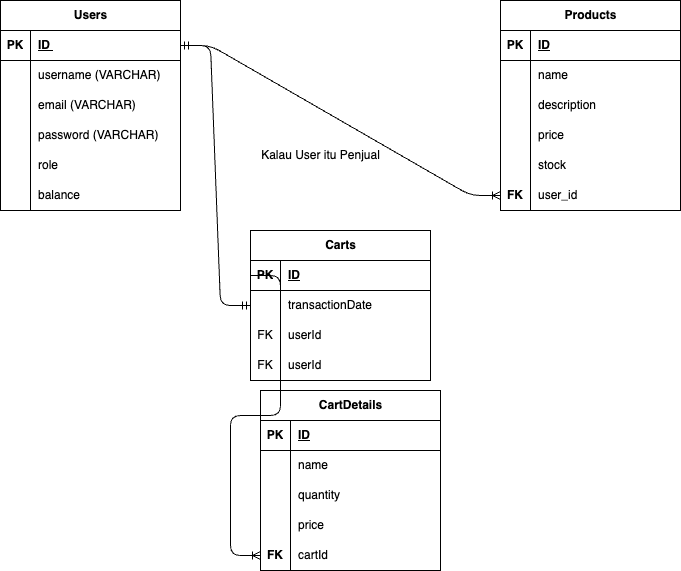
This is schema.drawio.png from FredlyMarvander/Elektonikku, a draw.io export, as it was before one commit. Source tidied: cells renumbered, new cells last; positions are measured from the earlier drawing's top-left corner, leaving out a move shared by most shapes.
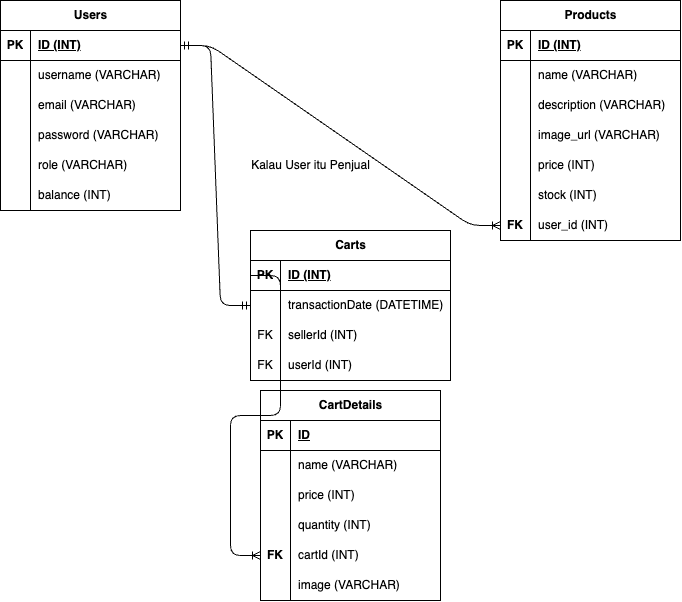
The same diagram one commit later.

Change to the diagram source:
```diff
@@ -11,7 +11,7 @@
     <mxCell id="4" value="PK" style="shape=partialRectangle;fillColor=none;top=0;left=0;bottom=0;right=0;fontStyle=1;overflow=hidden;whiteSpace=wrap;html=1;" parent="3" vertex="1">
       <mxGeometry width="30" height="30" as="geometry" />
     </mxCell>
-    <mxCell id="5" value="ID&amp;nbsp;" style="shape=partialRectangle;fillColor=none;top=0;left=0;bottom=0;right=0;align=left;spacingLeft=6;fontStyle=5;overflow=hidden;whiteSpace=wrap;html=1;" parent="3" vertex="1">
+    <mxCell id="5" value="ID (INT)" style="shape=partialRectangle;fillColor=none;top=0;left=0;bottom=0;right=0;align=left;spacingLeft=6;fontStyle=5;overflow=hidden;whiteSpace=wrap;html=1;" parent="3" vertex="1">
       <mxGeometry x="30" width="150" height="30" as="geometry" />
     </mxCell>
     <mxCell id="6" style="shape=tableRow;horizontal=0;startSize=0;swimlaneHead=0;swimlaneBody=0;fillColor=none;top=0;left=0;right=0;bottom=0;" parent="2" vertex="1">
@@ -47,7 +47,7 @@
     <mxCell id="16" style="shape=partialRectangle;fillColor=none;top=0;left=0;bottom=0;right=0;overflow=hidden;whiteSpace=wrap;html=1;" parent="15" vertex="1">
       <mxGeometry width="30" height="30" as="geometry" />
     </mxCell>
-    <mxCell id="17" value="role" style="shape=partialRectangle;fillColor=none;top=0;left=0;bottom=0;right=0;align=left;spacingLeft=6;overflow=hidden;whiteSpace=wrap;html=1;" parent="15" vertex="1">
+    <mxCell id="17" value="role (VARCHAR)" style="shape=partialRectangle;fillColor=none;top=0;left=0;bottom=0;right=0;align=left;spacingLeft=6;overflow=hidden;whiteSpace=wrap;html=1;" parent="15" vertex="1">
       <mxGeometry x="30" width="150" height="30" as="geometry" />
     </mxCell>
     <mxCell id="18" style="shape=tableRow;horizontal=0;startSize=0;swimlaneHead=0;swimlaneBody=0;fillColor=none;top=0;left=0;right=0;bottom=0;" parent="2" vertex="1">
@@ -56,11 +56,11 @@
     <mxCell id="19" style="shape=partialRectangle;fillColor=none;top=0;left=0;bottom=0;right=0;overflow=hidden;whiteSpace=wrap;html=1;" parent="18" vertex="1">
       <mxGeometry width="30" height="30" as="geometry" />
     </mxCell>
-    <mxCell id="20" value="balance" style="shape=partialRectangle;fillColor=none;top=0;left=0;bottom=0;right=0;align=left;spacingLeft=6;overflow=hidden;whiteSpace=wrap;html=1;" parent="18" vertex="1">
+    <mxCell id="20" value="balance (INT)" style="shape=partialRectangle;fillColor=none;top=0;left=0;bottom=0;right=0;align=left;spacingLeft=6;overflow=hidden;whiteSpace=wrap;html=1;" parent="18" vertex="1">
       <mxGeometry x="30" width="150" height="30" as="geometry" />
     </mxCell>
     <mxCell id="21" value="Products" style="shape=table;startSize=30;rowLines=0;fontStyle=1;align=center;html=1;" parent="1" vertex="1">
-      <mxGeometry x="500" width="180" height="210" as="geometry" />
+      <mxGeometry x="500" width="180" height="240" as="geometry" />
     </mxCell>
     <mxCell id="22" style="shape=tableRow;horizontal=0;startSize=0;swimlaneHead=0;swimlaneBody=0;fillColor=none;top=0;left=0;right=0;bottom=1;" parent="21" vertex="1">
       <mxGeometry y="30" width="180" height="30" as="geometry" />
@@ -68,7 +68,7 @@
     <mxCell id="23" value="PK" style="shape=partialRectangle;fillColor=none;top=0;left=0;bottom=0;right=0;fontStyle=1;overflow=hidden;whiteSpace=wrap;html=1;" parent="22" vertex="1">
       <mxGeometry width="30" height="30" as="geometry" />
     </mxCell>
-    <mxCell id="24" value="ID" style="shape=partialRectangle;fillColor=none;top=0;left=0;bottom=0;right=0;align=left;spacingLeft=6;fontStyle=5;overflow=hidden;whiteSpace=wrap;html=1;" parent="22" vertex="1">
+    <mxCell id="24" value="ID (INT)" style="shape=partialRectangle;fillColor=none;top=0;left=0;bottom=0;right=0;align=left;spacingLeft=6;fontStyle=5;overflow=hidden;whiteSpace=wrap;html=1;" parent="22" vertex="1">
       <mxGeometry x="30" width="150" height="30" as="geometry" />
     </mxCell>
     <mxCell id="25" style="shape=tableRow;horizontal=0;startSize=0;swimlaneHead=0;swimlaneBody=0;fillColor=none;top=0;left=0;right=0;bottom=0;" parent="21" vertex="1">
@@ -77,7 +77,7 @@
     <mxCell id="26" style="shape=partialRectangle;fillColor=none;top=0;left=0;bottom=0;right=0;overflow=hidden;whiteSpace=wrap;html=1;" parent="25" vertex="1">
       <mxGeometry width="30" height="30" as="geometry" />
     </mxCell>
-    <mxCell id="27" value="name" style="shape=partialRectangle;fillColor=none;top=0;left=0;bottom=0;right=0;align=left;spacingLeft=6;overflow=hidden;whiteSpace=wrap;html=1;" parent="25" vertex="1">
+    <mxCell id="27" value="name (VARCHAR)" style="shape=partialRectangle;fillColor=none;top=0;left=0;bottom=0;right=0;align=left;spacingLeft=6;overflow=hidden;whiteSpace=wrap;html=1;" parent="25" vertex="1">
       <mxGeometry x="30" width="150" height="30" as="geometry" />
     </mxCell>
     <mxCell id="28" style="shape=tableRow;horizontal=0;startSize=0;swimlaneHead=0;swimlaneBody=0;fillColor=none;top=0;left=0;right=0;bottom=0;" parent="21" vertex="1">
@@ -86,77 +86,86 @@
     <mxCell id="29" style="shape=partialRectangle;fillColor=none;top=0;left=0;bottom=0;right=0;overflow=hidden;whiteSpace=wrap;html=1;" parent="28" vertex="1">
       <mxGeometry width="30" height="30" as="geometry" />
     </mxCell>
-    <mxCell id="30" value="description" style="shape=partialRectangle;fillColor=none;top=0;left=0;bottom=0;right=0;align=left;spacingLeft=6;overflow=hidden;whiteSpace=wrap;html=1;" parent="28" vertex="1">
+    <mxCell id="30" value="description (VARCHAR)" style="shape=partialRectangle;fillColor=none;top=0;left=0;bottom=0;right=0;align=left;spacingLeft=6;overflow=hidden;whiteSpace=wrap;html=1;" parent="28" vertex="1">
       <mxGeometry x="30" width="150" height="30" as="geometry" />
     </mxCell>
+    <mxCell id="73" style="shape=tableRow;horizontal=0;startSize=0;swimlaneHead=0;swimlaneBody=0;fillColor=none;top=0;left=0;right=0;bottom=0;" parent="21" vertex="1">
+      <mxGeometry y="120" width="180" height="30" as="geometry" />
+    </mxCell>
+    <mxCell id="74" style="shape=partialRectangle;fillColor=none;top=0;left=0;bottom=0;right=0;overflow=hidden;whiteSpace=wrap;html=1;" parent="73" vertex="1">
+      <mxGeometry width="30" height="30" as="geometry" />
+    </mxCell>
+    <mxCell id="75" value="image_url (VARCHAR)" style="shape=partialRectangle;fillColor=none;top=0;left=0;bottom=0;right=0;align=left;spacingLeft=6;overflow=hidden;whiteSpace=wrap;html=1;" parent="73" vertex="1">
+      <mxGeometry x="30" width="150" height="30" as="geometry" />
+    </mxCell>
     <mxCell id="31" style="shape=tableRow;horizontal=0;startSize=0;swimlaneHead=0;swimlaneBody=0;fillColor=none;top=0;left=0;right=0;bottom=0;" parent="21" vertex="1">
-      <mxGeometry y="120" width="180" height="30" as="geometry" />
+      <mxGeometry y="150" width="180" height="30" as="geometry" />
     </mxCell>
     <mxCell id="32" style="shape=partialRectangle;fillColor=none;top=0;left=0;bottom=0;right=0;overflow=hidden;whiteSpace=wrap;html=1;" parent="31" vertex="1">
       <mxGeometry width="30" height="30" as="geometry" />
     </mxCell>
-    <mxCell id="33" value="price" style="shape=partialRectangle;fillColor=none;top=0;left=0;bottom=0;right=0;align=left;spacingLeft=6;overflow=hidden;whiteSpace=wrap;html=1;" parent="31" vertex="1">
+    <mxCell id="33" value="price (INT)" style="shape=partialRectangle;fillColor=none;top=0;left=0;bottom=0;right=0;align=left;spacingLeft=6;overflow=hidden;whiteSpace=wrap;html=1;" parent="31" vertex="1">
       <mxGeometry x="30" width="150" height="30" as="geometry" />
     </mxCell>
     <mxCell id="34" style="shape=tableRow;horizontal=0;startSize=0;swimlaneHead=0;swimlaneBody=0;fillColor=none;top=0;left=0;right=0;bottom=0;" parent="21" vertex="1">
-      <mxGeometry y="150" width="180" height="30" as="geometry" />
+      <mxGeometry y="180" width="180" height="30" as="geometry" />
     </mxCell>
     <mxCell id="35" style="shape=partialRectangle;fillColor=none;top=0;left=0;bottom=0;right=0;overflow=hidden;whiteSpace=wrap;html=1;" parent="34" vertex="1">
       <mxGeometry width="30" height="30" as="geometry" />
     </mxCell>
-    <mxCell id="36" value="stock" style="shape=partialRectangle;fillColor=none;top=0;left=0;bottom=0;right=0;align=left;spacingLeft=6;overflow=hidden;whiteSpace=wrap;html=1;" parent="34" vertex="1">
+    <mxCell id="36" value="stock (INT)" style="shape=partialRectangle;fillColor=none;top=0;left=0;bottom=0;right=0;align=left;spacingLeft=6;overflow=hidden;whiteSpace=wrap;html=1;" parent="34" vertex="1">
       <mxGeometry x="30" width="150" height="30" as="geometry" />
     </mxCell>
     <mxCell id="37" style="shape=tableRow;horizontal=0;startSize=0;swimlaneHead=0;swimlaneBody=0;fillColor=none;points=[[0,0.5],[1,0.5]];portConstraint=eastwest;top=0;left=0;right=0;bottom=0;" parent="21" vertex="1">
-      <mxGeometry y="180" width="180" height="30" as="geometry" />
+      <mxGeometry y="210" width="180" height="30" as="geometry" />
     </mxCell>
     <mxCell id="38" value="&lt;b&gt;FK&lt;/b&gt;" style="shape=partialRectangle;fillColor=none;top=0;left=0;bottom=0;right=0;overflow=hidden;whiteSpace=wrap;html=1;" parent="37" vertex="1">
       <mxGeometry width="30" height="30" as="geometry" />
     </mxCell>
-    <mxCell id="39" value="user_id" style="shape=partialRectangle;fillColor=none;top=0;left=0;bottom=0;right=0;align=left;spacingLeft=6;overflow=hidden;whiteSpace=wrap;html=1;" parent="37" vertex="1">
+    <mxCell id="39" value="user_id (INT)" style="shape=partialRectangle;fillColor=none;top=0;left=0;bottom=0;right=0;align=left;spacingLeft=6;overflow=hidden;whiteSpace=wrap;html=1;" parent="37" vertex="1">
       <mxGeometry x="30" width="150" height="30" as="geometry" />
     </mxCell>
     <mxCell id="40" value="Carts" style="shape=table;startSize=30;rowLines=0;fontStyle=1;align=center;html=1;" parent="1" vertex="1">
-      <mxGeometry x="250" y="230" width="180" height="150" as="geometry" />
+      <mxGeometry x="250" y="230" width="200" height="150" as="geometry" />
     </mxCell>
     <mxCell id="41" style="shape=tableRow;horizontal=0;startSize=0;swimlaneHead=0;swimlaneBody=0;fillColor=none;points=[[0,0.5],[1,0.5]];portConstraint=eastwest;top=0;left=0;right=0;bottom=1;" parent="40" vertex="1">
-      <mxGeometry y="30" width="180" height="30" as="geometry" />
+      <mxGeometry y="30" width="200" height="30" as="geometry" />
     </mxCell>
     <mxCell id="42" value="PK" style="shape=partialRectangle;fillColor=none;top=0;left=0;bottom=0;right=0;fontStyle=1;overflow=hidden;whiteSpace=wrap;html=1;" parent="41" vertex="1">
       <mxGeometry width="30" height="30" as="geometry" />
     </mxCell>
-    <mxCell id="43" value="ID" style="shape=partialRectangle;fillColor=none;top=0;left=0;bottom=0;right=0;align=left;spacingLeft=6;fontStyle=5;overflow=hidden;whiteSpace=wrap;html=1;" parent="41" vertex="1">
-      <mxGeometry x="30" width="150" height="30" as="geometry" />
+    <mxCell id="43" value="ID (INT)" style="shape=partialRectangle;fillColor=none;top=0;left=0;bottom=0;right=0;align=left;spacingLeft=6;fontStyle=5;overflow=hidden;whiteSpace=wrap;html=1;" parent="41" vertex="1">
+      <mxGeometry x="30" width="170" height="30" as="geometry" />
     </mxCell>
     <mxCell id="44" style="shape=tableRow;horizontal=0;startSize=0;swimlaneHead=0;swimlaneBody=0;fillColor=none;points=[[0,0.5],[1,0.5]];portConstraint=eastwest;top=0;left=0;right=0;bottom=0;" parent="40" vertex="1">
-      <mxGeometry y="60" width="180" height="30" as="geometry" />
+      <mxGeometry y="60" width="200" height="30" as="geometry" />
     </mxCell>
     <mxCell id="45" style="shape=partialRectangle;fillColor=none;top=0;left=0;bottom=0;right=0;overflow=hidden;whiteSpace=wrap;html=1;" parent="44" vertex="1">
       <mxGeometry width="30" height="30" as="geometry" />
     </mxCell>
-    <mxCell id="46" value="transactionDate" style="shape=partialRectangle;fillColor=none;top=0;left=0;bottom=0;right=0;align=left;spacingLeft=6;overflow=hidden;whiteSpace=wrap;html=1;" parent="44" vertex="1">
-      <mxGeometry x="30" width="150" height="30" as="geometry" />
+    <mxCell id="46" value="transactionDate (DATETIME)" style="shape=partialRectangle;fillColor=none;top=0;left=0;bottom=0;right=0;align=left;spacingLeft=6;overflow=hidden;whiteSpace=wrap;html=1;" parent="44" vertex="1">
+      <mxGeometry x="30" width="170" height="30" as="geometry" />
     </mxCell>
     <mxCell id="47" style="shape=tableRow;horizontal=0;startSize=0;swimlaneHead=0;swimlaneBody=0;fillColor=none;top=0;left=0;right=0;bottom=0;" parent="40" vertex="1">
-      <mxGeometry y="90" width="180" height="30" as="geometry" />
+      <mxGeometry y="90" width="200" height="30" as="geometry" />
     </mxCell>
     <mxCell id="48" value="FK" style="shape=partialRectangle;fillColor=none;top=0;left=0;bottom=0;right=0;overflow=hidden;whiteSpace=wrap;html=1;" parent="47" vertex="1">
       <mxGeometry width="30" height="30" as="geometry" />
     </mxCell>
-    <mxCell id="49" value="userId" style="shape=partialRectangle;fillColor=none;top=0;left=0;bottom=0;right=0;align=left;spacingLeft=6;overflow=hidden;whiteSpace=wrap;html=1;" parent="47" vertex="1">
-      <mxGeometry x="30" width="150" height="30" as="geometry" />
+    <mxCell id="49" value="sellerId (INT)" style="shape=partialRectangle;fillColor=none;top=0;left=0;bottom=0;right=0;align=left;spacingLeft=6;overflow=hidden;whiteSpace=wrap;html=1;" parent="47" vertex="1">
+      <mxGeometry x="30" width="170" height="30" as="geometry" />
     </mxCell>
     <mxCell id="50" style="shape=tableRow;horizontal=0;startSize=0;swimlaneHead=0;swimlaneBody=0;fillColor=none;top=0;left=0;right=0;bottom=0;" parent="40" vertex="1">
-      <mxGeometry y="120" width="180" height="30" as="geometry" />
+      <mxGeometry y="120" width="200" height="30" as="geometry" />
     </mxCell>
     <mxCell id="51" value="FK" style="shape=partialRectangle;fillColor=none;top=0;left=0;bottom=0;right=0;overflow=hidden;whiteSpace=wrap;html=1;" parent="50" vertex="1">
       <mxGeometry width="30" height="30" as="geometry" />
     </mxCell>
-    <mxCell id="52" value="userId" style="shape=partialRectangle;fillColor=none;top=0;left=0;bottom=0;right=0;align=left;spacingLeft=6;overflow=hidden;whiteSpace=wrap;html=1;" parent="50" vertex="1">
-      <mxGeometry x="30" width="150" height="30" as="geometry" />
+    <mxCell id="52" value="userId (INT)" style="shape=partialRectangle;fillColor=none;top=0;left=0;bottom=0;right=0;align=left;spacingLeft=6;overflow=hidden;whiteSpace=wrap;html=1;" parent="50" vertex="1">
+      <mxGeometry x="30" width="170" height="30" as="geometry" />
     </mxCell>
     <mxCell id="53" value="CartDetails" style="shape=table;startSize=30;rowLines=0;fontStyle=1;align=center;html=1;" parent="1" vertex="1">
-      <mxGeometry x="260" y="390" width="180" height="180" as="geometry" />
+      <mxGeometry x="260" y="390" width="180" height="210" as="geometry" />
     </mxCell>
     <mxCell id="54" style="shape=tableRow;horizontal=0;startSize=0;swimlaneHead=0;swimlaneBody=0;fillColor=none;top=0;left=0;right=0;bottom=1;" parent="53" vertex="1">
       <mxGeometry y="30" width="180" height="30" as="geometry" />
@@ -173,7 +182,7 @@
     <mxCell id="58" style="shape=partialRectangle;fillColor=none;top=0;left=0;bottom=0;right=0;overflow=hidden;whiteSpace=wrap;html=1;" parent="57" vertex="1">
       <mxGeometry width="30" height="30" as="geometry" />
     </mxCell>
-    <mxCell id="59" value="name" style="shape=partialRectangle;fillColor=none;top=0;left=0;bottom=0;right=0;align=left;spacingLeft=6;overflow=hidden;whiteSpace=wrap;html=1;" parent="57" vertex="1">
+    <mxCell id="59" value="name (VARCHAR)" style="shape=partialRectangle;fillColor=none;top=0;left=0;bottom=0;right=0;align=left;spacingLeft=6;overflow=hidden;whiteSpace=wrap;html=1;" parent="57" vertex="1">
       <mxGeometry x="30" width="150" height="30" as="geometry" />
     </mxCell>
     <mxCell id="60" style="shape=tableRow;horizontal=0;startSize=0;swimlaneHead=0;swimlaneBody=0;fillColor=none;top=0;left=0;right=0;bottom=0;" parent="53" vertex="1">
@@ -182,7 +191,7 @@
     <mxCell id="61" style="shape=partialRectangle;fillColor=none;top=0;left=0;bottom=0;right=0;overflow=hidden;whiteSpace=wrap;html=1;" parent="60" vertex="1">
       <mxGeometry width="30" height="30" as="geometry" />
     </mxCell>
-    <mxCell id="62" value="quantity" style="shape=partialRectangle;fillColor=none;top=0;left=0;bottom=0;right=0;align=left;spacingLeft=6;overflow=hidden;whiteSpace=wrap;html=1;" parent="60" vertex="1">
+    <mxCell id="62" value="price (INT)" style="shape=partialRectangle;fillColor=none;top=0;left=0;bottom=0;right=0;align=left;spacingLeft=6;overflow=hidden;whiteSpace=wrap;html=1;" parent="60" vertex="1">
       <mxGeometry x="30" width="150" height="30" as="geometry" />
     </mxCell>
     <mxCell id="63" style="shape=tableRow;horizontal=0;startSize=0;swimlaneHead=0;swimlaneBody=0;fillColor=none;top=0;left=0;right=0;bottom=0;" parent="53" vertex="1">
@@ -191,7 +200,7 @@
     <mxCell id="64" style="shape=partialRectangle;fillColor=none;top=0;left=0;bottom=0;right=0;overflow=hidden;whiteSpace=wrap;html=1;" parent="63" vertex="1">
       <mxGeometry width="30" height="30" as="geometry" />
     </mxCell>
-    <mxCell id="65" value="price" style="shape=partialRectangle;fillColor=none;top=0;left=0;bottom=0;right=0;align=left;spacingLeft=6;overflow=hidden;whiteSpace=wrap;html=1;" parent="63" vertex="1">
+    <mxCell id="65" value="quantity (INT)" style="shape=partialRectangle;fillColor=none;top=0;left=0;bottom=0;right=0;align=left;spacingLeft=6;overflow=hidden;whiteSpace=wrap;html=1;" parent="63" vertex="1">
       <mxGeometry x="30" width="150" height="30" as="geometry" />
     </mxCell>
     <mxCell id="66" style="shape=tableRow;horizontal=0;startSize=0;swimlaneHead=0;swimlaneBody=0;fillColor=none;points=[[0,0.5],[1,0.5]];portConstraint=eastwest;top=0;left=0;right=0;bottom=0;" parent="53" vertex="1">
@@ -200,9 +209,18 @@
     <mxCell id="67" value="&lt;b&gt;FK&lt;/b&gt;" style="shape=partialRectangle;fillColor=none;top=0;left=0;bottom=0;right=0;overflow=hidden;whiteSpace=wrap;html=1;" parent="66" vertex="1">
       <mxGeometry width="30" height="30" as="geometry" />
     </mxCell>
-    <mxCell id="68" value="cartId" style="shape=partialRectangle;fillColor=none;top=0;left=0;bottom=0;right=0;align=left;spacingLeft=6;overflow=hidden;whiteSpace=wrap;html=1;" parent="66" vertex="1">
+    <mxCell id="68" value="cartId (INT)" style="shape=partialRectangle;fillColor=none;top=0;left=0;bottom=0;right=0;align=left;spacingLeft=6;overflow=hidden;whiteSpace=wrap;html=1;" parent="66" vertex="1">
       <mxGeometry x="30" width="150" height="30" as="geometry" />
     </mxCell>
+    <mxCell id="76" style="shape=tableRow;horizontal=0;startSize=0;swimlaneHead=0;swimlaneBody=0;fillColor=none;top=0;left=0;right=0;bottom=0;" parent="53" vertex="1">
+      <mxGeometry y="180" width="180" height="30" as="geometry" />
+    </mxCell>
+    <mxCell id="77" style="shape=partialRectangle;fillColor=none;top=0;left=0;bottom=0;right=0;overflow=hidden;whiteSpace=wrap;html=1;" parent="76" vertex="1">
+      <mxGeometry width="30" height="30" as="geometry" />
+    </mxCell>
+    <mxCell id="78" value="image (VARCHAR)" style="shape=partialRectangle;fillColor=none;top=0;left=0;bottom=0;right=0;align=left;spacingLeft=6;overflow=hidden;whiteSpace=wrap;html=1;" parent="76" vertex="1">
+      <mxGeometry x="30" width="150" height="30" as="geometry" />
+    </mxCell>
     <mxCell id="69" style="edgeStyle=entityRelationEdgeStyle;fontSize=12;html=1;endArrow=ERmandOne;startArrow=ERmandOne;exitX=1;exitY=0.5;exitDx=0;exitDy=0;entryX=0;entryY=0.5;entryDx=0;entryDy=0;" parent="1" edge="1" source="3" target="44">
       <mxGeometry relative="1" as="geometry" />
     </mxCell>
@@ -221,7 +239,7 @@
       </mxGeometry>
     </mxCell>
     <mxCell id="72" value="Kalau User itu Penjual" style="text;html=1;align=center;verticalAlign=middle;strokeColor=none;fillColor=none;" parent="1" vertex="1">
-      <mxGeometry x="250" y="140" width="140" height="30" as="geometry" />
+      <mxGeometry x="240" y="150" width="140" height="30" as="geometry" />
     </mxCell>
   </root>
 </mxGraphModel>
```
